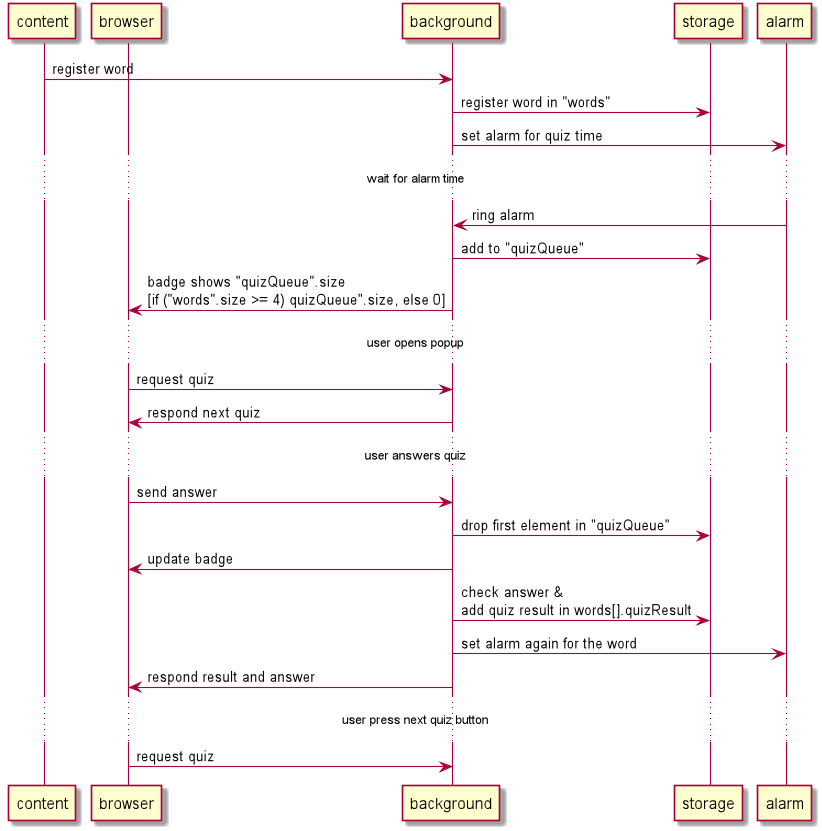
Above: background/sequence.png in konohiroaki/quiz-for-autogenerated-vocabulary-list (PlantUML), before the change.
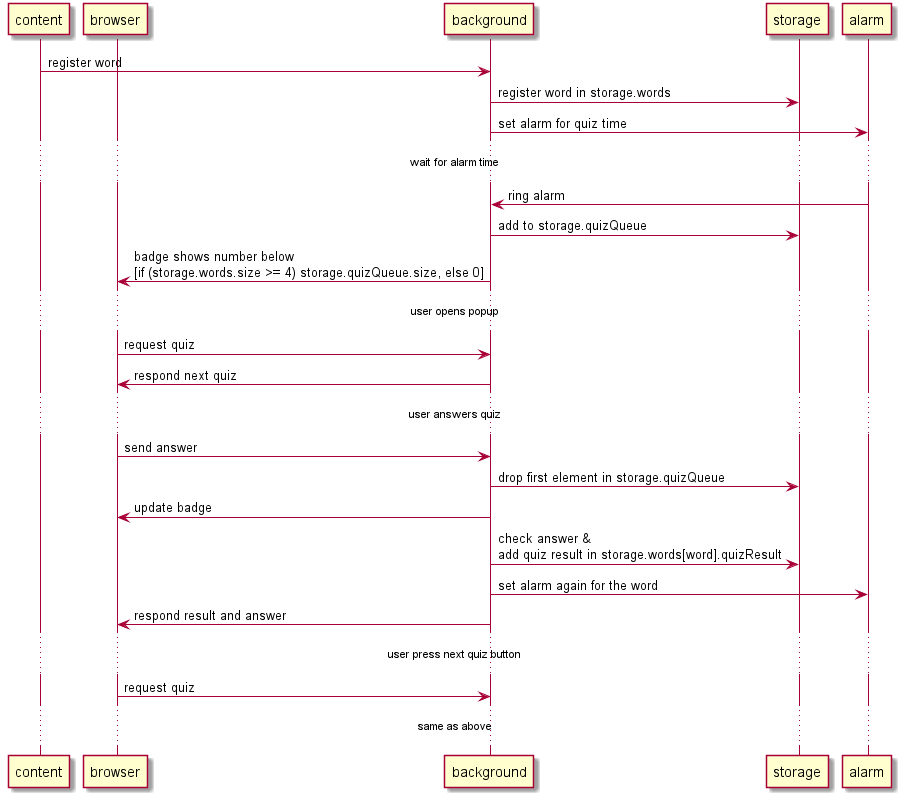
The same diagram one commit later.

Commit message:
update sequence diagram

Diff of the diagram source:
```diff
@@ -6,22 +6,23 @@
 participant alarm
 
 content->background: register word
-background->storage: register word in "words"
+background->storage: register word in storage.words
 background->alarm: set alarm for quiz time
 ...wait for alarm time...
 alarm-> background: ring alarm
-background->storage: add to "quizQueue"
-background->browser: badge shows "quizQueue".size\n[if ("words".size >= 4) quizQueue".size, else 0]
+background->storage: add to storage.quizQueue
+background->browser: badge shows number below\n[if (storage.words.size >= 4) storage.quizQueue.size, else 0]
 ...user opens popup...
 browser->background: request quiz
 background->browser: respond next quiz
 ...user answers quiz...
 browser->background: send answer
-background->storage: drop first element in "quizQueue"
+background->storage: drop first element in storage.quizQueue
 background->browser: update badge
-background->storage: check answer &\nadd quiz result in words[].quizResult
+background->storage: check answer &\nadd quiz result in storage.words[word].quizResult
 background->alarm: set alarm again for the word
 background->browser: respond result and answer
 ...user press next quiz button...
 browser->background: request quiz
+...same as above...
 @enduml
```
